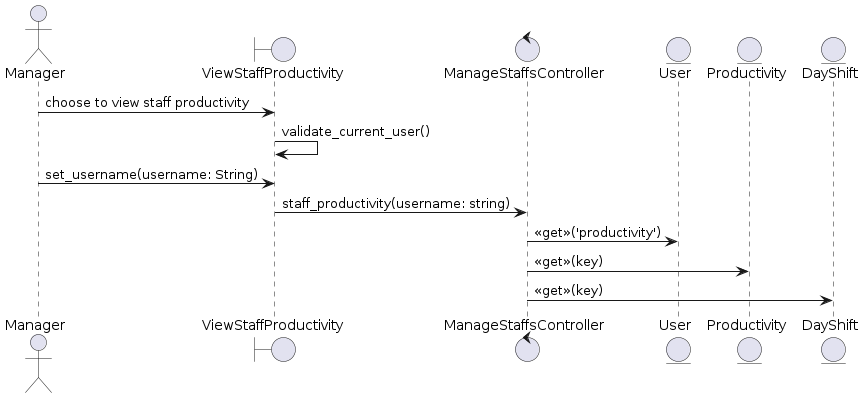
Earlier version of the PlantUML export docs/UML/Sequence Diagrams/view-staff-productivity.png (LapTQ/MCT). Its diagram source:
```plantuml
@startuml

actor Manager as A
boundary ViewStaffProductivity as B
control ManageStaffsController as C
entity User as E1
entity Productivity as E2
entity DayShift as E3

A -> B: choose to view staff productivity
B -> B: validate_current_user()
A -> B: set_username(username: String)
B -> C: staff_productivity(username: string)
C -> E1: <<get>>('productivity')
C -> E2: <<get>>(key)
C -> E3: <<get>>(key)

@enduml
```
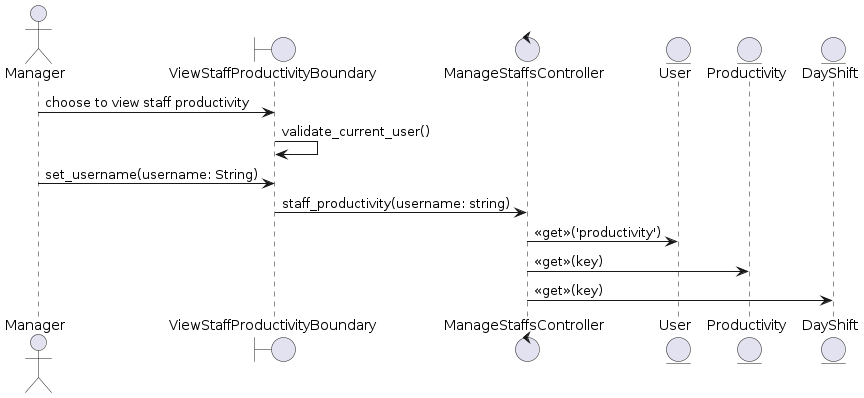
After the commit.

The edit, as a diff of the source:
```diff
@@ -1,7 +1,7 @@
 @startuml
 
 actor Manager as A
-boundary ViewStaffProductivity as B
+boundary ViewStaffProductivityBoundary as B
 control ManageStaffsController as C
 entity User as E1
 entity Productivity as E2
```
